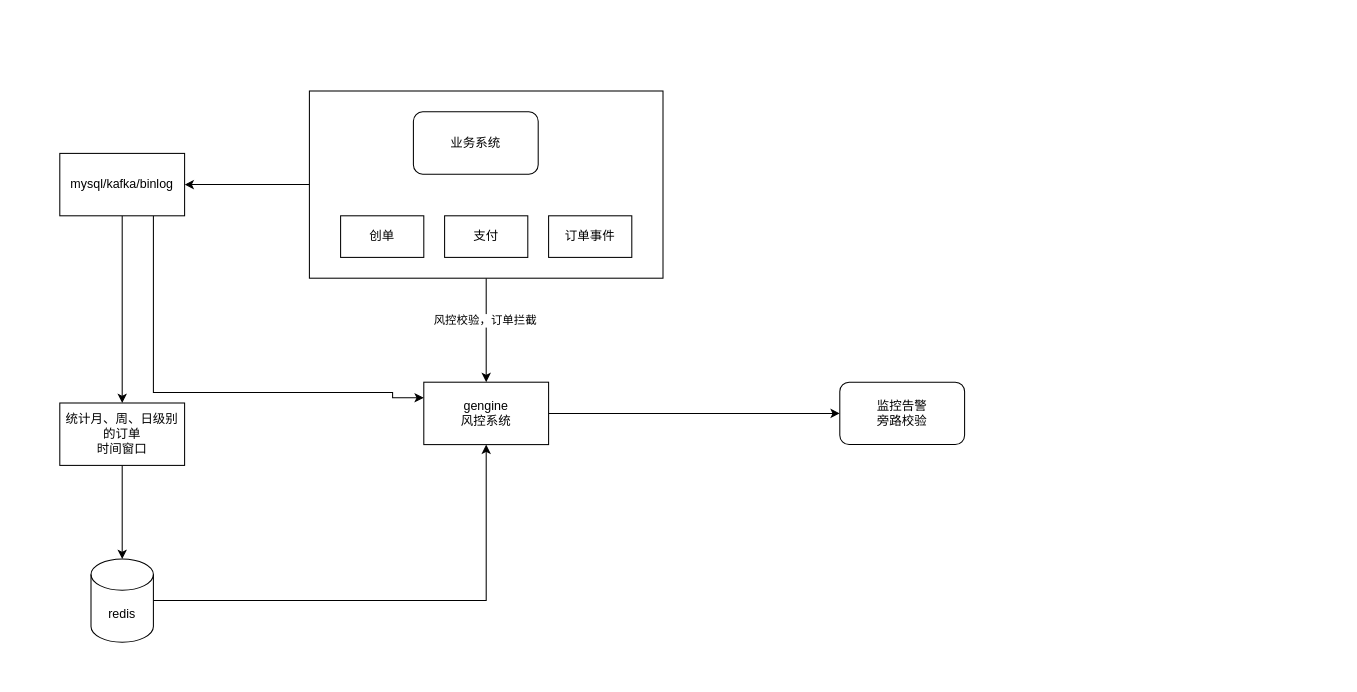
Before: page "订单风控系统" (14 of 14) of source/diagrams/hotel.drawio in wxquare/wxquare.github.io, a draw.io diagram. Source tidied: cells renumbered, new cells numbered last; positions are measured from the earlier drawing's top-left corner, leaving out a move shared by most shapes. Both pictures are drawn from the tidied source at 104%, with x=0, y=0 at pixel (59, 90).
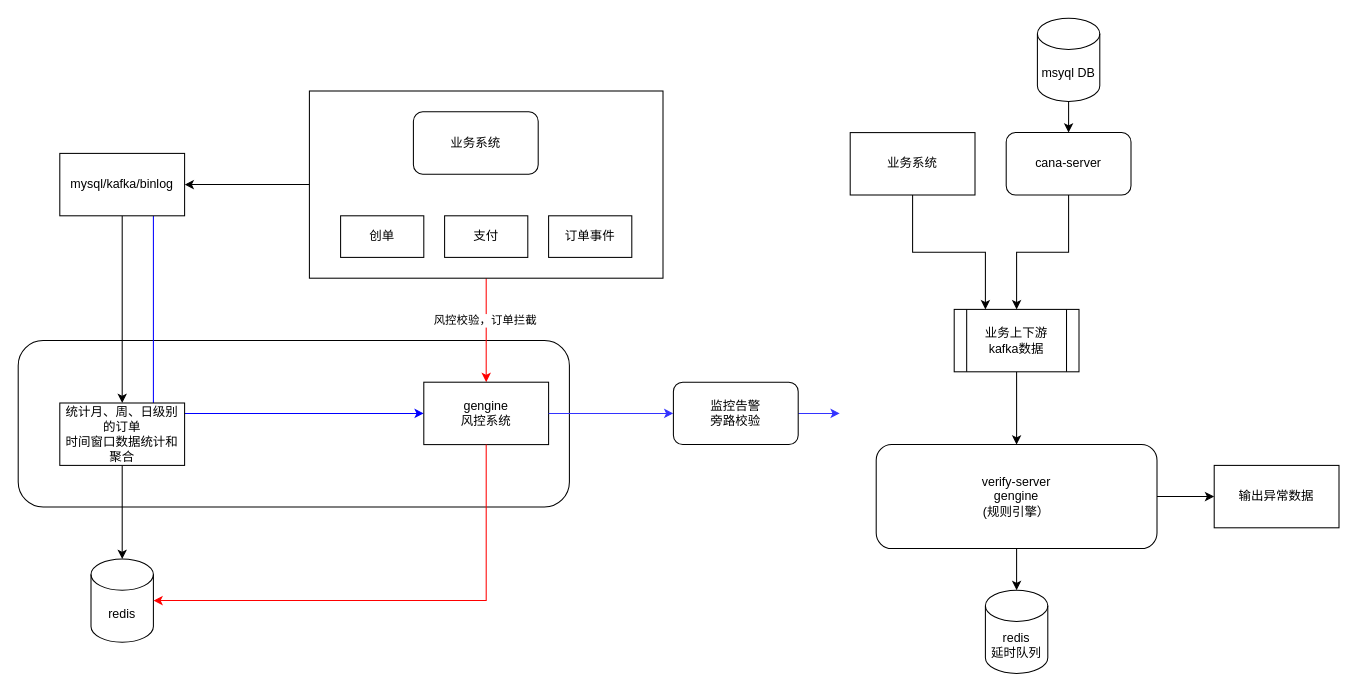
The same page after the edit.

Unchanged cells that the change refers to:
```xml
<mxCell id="5" style="rounded=0;whiteSpace=wrap;html=1;" parent="1" vertex="1">
  <mxGeometry x="240" width="340" height="180" as="geometry" />
</mxCell>
<mxCell id="12" value="mysql/kafka/binlog" style="rounded=0;whiteSpace=wrap;html=1;" parent="1" vertex="1">
  <mxGeometry y="60" width="120" height="60" as="geometry" />
</mxCell>
<mxCell id="16" value="redis" style="shape=cylinder3;whiteSpace=wrap;html=1;boundedLbl=1;backgroundOutline=1;size=15;" parent="1" vertex="1">
  <mxGeometry x="30" y="450" width="60" height="80" as="geometry" />
</mxCell>
<mxCell id="18" value="gengine&lt;div&gt;风控系统&lt;/div&gt;" style="rounded=0;whiteSpace=wrap;html=1;" parent="1" vertex="1">
  <mxGeometry x="350" y="280" width="120" height="60" as="geometry" />
</mxCell>
```

What changed in the source:
```diff
@@
+    <mxCell id="20" style="rounded=1;whiteSpace=wrap;html=1;" parent="1" vertex="1">
+      <mxGeometry x="-40" y="240" width="530" height="160" as="geometry" />
+    </mxCell>
@@
-    <mxCell id="3" style="edgeStyle=orthogonalEdgeStyle;rounded=0;jettySize=auto;html=1;exitX=0.5;exitY=1;exitDx=0;exitDy=0;entryX=0.5;entryY=0;entryDx=0;entryDy=0;" parent="1" edge="1" source="5" target="18">
+    <mxCell id="3" style="edgeStyle=orthogonalEdgeStyle;rounded=0;jettySize=auto;html=1;exitX=0.5;exitY=1;exitDx=0;exitDy=0;entryX=0.5;entryY=0;entryDx=0;entryDy=0;strokeColor=#FF0000;" parent="1" edge="1" source="5" target="18">
       <mxGeometry relative="1" as="geometry" />
     </mxCell>
@@
-    <mxCell id="11" style="edgeStyle=orthogonalEdgeStyle;rounded=0;jettySize=auto;html=1;exitX=0.75;exitY=1;exitDx=0;exitDy=0;entryX=0;entryY=0.25;entryDx=0;entryDy=0;" parent="1" edge="1" source="12" target="18">
-      <mxGeometry relative="1" as="geometry">
-        <Array as="points">
-          <mxPoint x="90" y="290" />
-          <mxPoint x="320" y="290" />
-        </Array>
-      </mxGeometry>
+    <mxCell id="11" style="edgeStyle=orthogonalEdgeStyle;rounded=0;jettySize=auto;html=1;exitX=0.75;exitY=1;exitDx=0;exitDy=0;entryX=0;entryY=0.5;entryDx=0;entryDy=0;strokeColor=#0000FF;" parent="1" edge="1" source="12" target="18">
+      <mxGeometry relative="1" as="geometry" />
     </mxCell>
@@
-    <mxCell id="14" value="统计月、周、日级别的订单&lt;div&gt;时间窗口&lt;/div&gt;" style="rounded=0;whiteSpace=wrap;html=1;" parent="1" vertex="1">
+    <mxCell id="14" value="统计月、周、日级别的订单&lt;div&gt;时间窗口数据统计和聚合&lt;/div&gt;" style="rounded=0;whiteSpace=wrap;html=1;" parent="1" vertex="1">
       <mxGeometry y="300" width="120" height="60" as="geometry" />
     </mxCell>
-    <mxCell id="15" style="edgeStyle=orthogonalEdgeStyle;rounded=0;jettySize=auto;html=1;exitX=1;exitY=0.5;exitDx=0;exitDy=0;exitPerimeter=0;entryX=0.5;entryY=1;entryDx=0;entryDy=0;" parent="1" edge="1" source="16" target="18">
-      <mxGeometry relative="1" as="geometry" />
-    </mxCell>
@@
-    <mxCell id="17" style="edgeStyle=orthogonalEdgeStyle;rounded=0;jettySize=auto;html=1;exitX=1;exitY=0.5;exitDx=0;exitDy=0;" parent="1" edge="1" source="18">
+    <mxCell id="17" style="edgeStyle=orthogonalEdgeStyle;rounded=0;jettySize=auto;html=1;exitX=1;exitY=0.5;exitDx=0;exitDy=0;strokeColor=#3333FF;" parent="1" edge="1" source="19">
       <mxGeometry relative="1" as="geometry">
         <mxPoint x="750" y="310" as="targetPoint" />
       </mxGeometry>
     </mxCell>
@@
+    <mxCell id="21" style="edgeStyle=orthogonalEdgeStyle;rounded=0;jettySize=auto;html=1;exitX=0.5;exitY=1;exitDx=0;exitDy=0;entryX=1;entryY=0.5;entryDx=0;entryDy=0;entryPerimeter=0;strokeColor=#FF0000;" parent="1" edge="1" source="18" target="16">
+      <mxGeometry relative="1" as="geometry" />
+    </mxCell>
+    <mxCell id="22" style="edgeStyle=orthogonalEdgeStyle;rounded=0;jettySize=auto;html=1;exitX=1;exitY=0.5;exitDx=0;exitDy=0;strokeColor=#3333FF;" parent="1" edge="1" source="18" target="19">
+      <mxGeometry relative="1" as="geometry" />
+    </mxCell>
     <mxCell id="19" value="监控告警&lt;div&gt;旁路校验&lt;/div&gt;" style="rounded=1;whiteSpace=wrap;html=1;" parent="1" vertex="1">
-      <mxGeometry x="750" y="280" width="120" height="60" as="geometry" />
+      <mxGeometry x="590" y="280" width="120" height="60" as="geometry" />
     </mxCell>
+    <mxCell id="23" style="edgeStyle=orthogonalEdgeStyle;rounded=0;jettySize=auto;html=1;exitX=0.5;exitY=1;exitDx=0;exitDy=0;exitPerimeter=0;entryX=0.5;entryY=0;entryDx=0;entryDy=0;" parent="1" edge="1" target="26">
+      <mxGeometry relative="1" as="geometry">
+        <mxPoint x="970" y="10" as="sourcePoint" />
+      </mxGeometry>
+    </mxCell>
+    <mxCell id="24" value="msyql DB" style="shape=cylinder3;whiteSpace=wrap;html=1;boundedLbl=1;backgroundOutline=1;size=15;" parent="1" vertex="1">
+      <mxGeometry x="940" y="-70" width="60" height="80" as="geometry" />
+    </mxCell>
+    <mxCell id="25" style="edgeStyle=orthogonalEdgeStyle;rounded=0;jettySize=auto;html=1;exitX=0.5;exitY=1;exitDx=0;exitDy=0;" parent="1" edge="1" source="26" target="33">
+      <mxGeometry relative="1" as="geometry" />
+    </mxCell>
+    <mxCell id="26" value="cana-server" style="rounded=1;whiteSpace=wrap;html=1;" parent="1" vertex="1">
+      <mxGeometry x="910" y="40" width="120" height="60" as="geometry" />
+    </mxCell>
+    <mxCell id="27" style="edgeStyle=orthogonalEdgeStyle;rounded=0;jettySize=auto;html=1;exitX=1;exitY=0.5;exitDx=0;exitDy=0;entryX=0;entryY=0.5;entryDx=0;entryDy=0;" parent="1" edge="1" source="28" target="31">
+      <mxGeometry relative="1" as="geometry" />
+    </mxCell>
+    <mxCell id="28" value="verify-server&lt;div&gt;gengine&lt;/div&gt;&lt;div&gt;(规则引擎）&lt;/div&gt;" style="rounded=1;whiteSpace=wrap;html=1;" parent="1" vertex="1">
+      <mxGeometry x="785" y="340" width="270" height="100" as="geometry" />
+    </mxCell>
+    <mxCell id="29" value="redis&lt;div&gt;延时队列&lt;/div&gt;" style="shape=cylinder3;whiteSpace=wrap;html=1;boundedLbl=1;backgroundOutline=1;size=15;" parent="1" vertex="1">
+      <mxGeometry x="890" y="480" width="60" height="80" as="geometry" />
+    </mxCell>
+    <mxCell id="30" style="edgeStyle=orthogonalEdgeStyle;rounded=0;jettySize=auto;html=1;exitX=0.5;exitY=1;exitDx=0;exitDy=0;entryX=0.5;entryY=0;entryDx=0;entryDy=0;entryPerimeter=0;" parent="1" edge="1" source="28" target="29">
+      <mxGeometry relative="1" as="geometry" />
+    </mxCell>
+    <mxCell id="31" value="输出异常数据" style="rounded=0;whiteSpace=wrap;html=1;" parent="1" vertex="1">
+      <mxGeometry x="1110" y="360" width="120" height="60" as="geometry" />
+    </mxCell>
+    <mxCell id="32" style="edgeStyle=orthogonalEdgeStyle;rounded=0;jettySize=auto;html=1;exitX=0.5;exitY=1;exitDx=0;exitDy=0;" parent="1" edge="1" source="33" target="28">
+      <mxGeometry relative="1" as="geometry" />
+    </mxCell>
+    <mxCell id="33" value="业务上下游&lt;div&gt;kafka数据&lt;/div&gt;" style="shape=process;whiteSpace=wrap;html=1;backgroundOutline=1;" parent="1" vertex="1">
+      <mxGeometry x="860" y="210" width="120" height="60" as="geometry" />
+    </mxCell>
+    <mxCell id="34" style="edgeStyle=orthogonalEdgeStyle;rounded=0;jettySize=auto;html=1;exitX=0.5;exitY=1;exitDx=0;exitDy=0;entryX=0.25;entryY=0;entryDx=0;entryDy=0;" parent="1" edge="1" source="35" target="33">
+      <mxGeometry relative="1" as="geometry" />
+    </mxCell>
+    <mxCell id="35" value="业务系统" style="rounded=0;whiteSpace=wrap;html=1;" parent="1" vertex="1">
+      <mxGeometry x="760" y="40" width="120" height="60" as="geometry" />
+    </mxCell>
```
